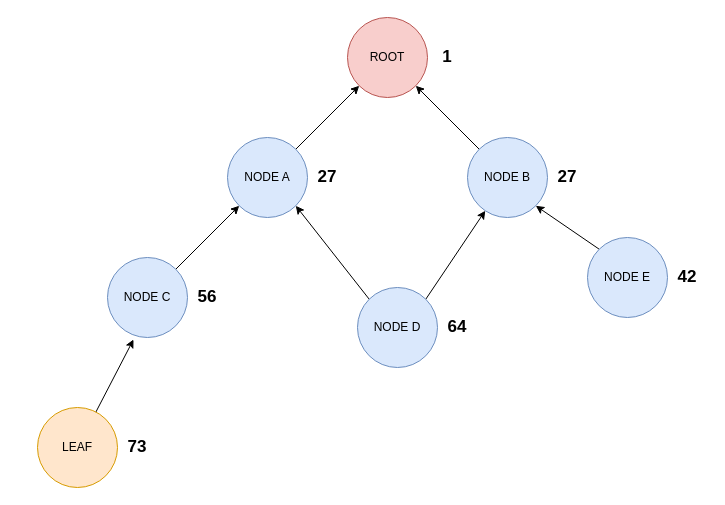
ArnaudPalgen/ma2_memoire keeps this draw.io diagram as memoire/res/pictures/src/dodag.drawio. Above is the earlier version. Source tidied: cells renumbered, new cells numbered last; positions are measured from the earlier drawing's top-left corner, leaving out a move shared by most shapes. Both pictures are drawn from the tidied source at 100%, with x=0, y=0 at pixel (37, 17).
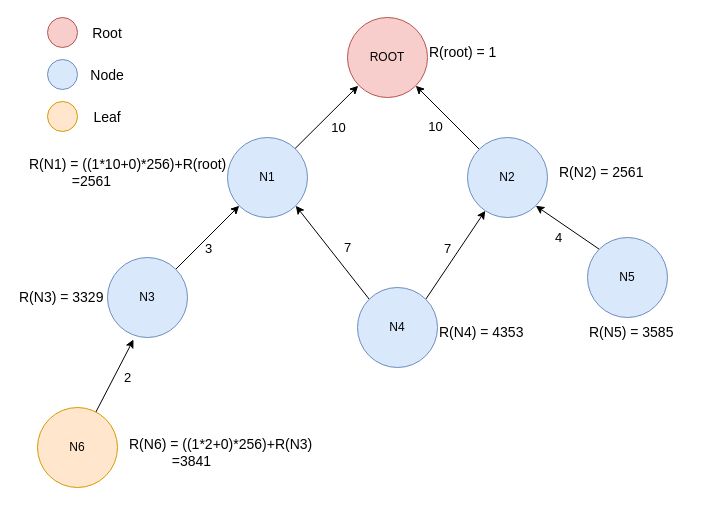
The same diagram, later.

Unchanged cells that the change refers to:
```xml
<mxCell id="2" value="ROOT" style="ellipse;whiteSpace=wrap;html=1;fillColor=#f8cecc;strokeColor=#b85450;" parent="1" vertex="1">
  <mxGeometry x="310" width="80" height="80" as="geometry" />
</mxCell>
<mxCell id="3" style="edgeStyle=none;rounded=0;jettySize=auto;html=1;exitX=1;exitY=0;exitDx=0;exitDy=0;" parent="1" edge="1" source="4" target="12">
  <mxGeometry relative="1" as="geometry" />
</mxCell>
<mxCell id="7" style="rounded=0;jettySize=auto;html=1;entryX=0.325;entryY=1.025;entryDx=0;entryDy=0;entryPerimeter=0;" parent="1" edge="1" source="8" target="4">
  <mxGeometry relative="1" as="geometry" />
</mxCell>
<mxCell id="9" style="edgeStyle=none;rounded=0;jettySize=auto;html=1;exitX=0;exitY=0;exitDx=0;exitDy=0;entryX=1;entryY=1;entryDx=0;entryDy=0;" parent="1" edge="1" source="10" target="6">
  <mxGeometry relative="1" as="geometry" />
</mxCell>
<mxCell id="13" style="edgeStyle=none;rounded=0;jettySize=auto;html=1;exitX=0;exitY=0;exitDx=0;exitDy=0;entryX=1;entryY=1;entryDx=0;entryDy=0;" parent="1" edge="1" source="15" target="12">
  <mxGeometry relative="1" as="geometry" />
</mxCell>
<mxCell id="14" style="edgeStyle=none;rounded=0;jettySize=auto;html=1;exitX=1;exitY=0;exitDx=0;exitDy=0;" parent="1" edge="1" source="15" target="6">
  <mxGeometry relative="1" as="geometry" />
</mxCell>
```

What changed in the source:
```diff
@@
+    <mxCell id="23" value="3" style="edgeLabel;html=1;align=center;verticalAlign=middle;fontSize=13;" parent="3" vertex="1">
+      <mxGeometry x="0.77" y="1" relative="1" as="geometry">
+        <mxPoint x="-23" y="35" as="offset" />
+      </mxGeometry>
+    </mxCell>
-    <mxCell id="4" value="NODE C" style="ellipse;whiteSpace=wrap;html=1;fillColor=#dae8fc;strokeColor=#6c8ebf;" parent="1" vertex="1">
+    <mxCell id="4" value="N3" style="ellipse;whiteSpace=wrap;html=1;fillColor=#dae8fc;strokeColor=#6c8ebf;" parent="1" vertex="1">
       <mxGeometry x="70" y="240" width="80" height="80" as="geometry" />
     </mxCell>
@@
-    <mxCell id="6" value="NODE B" style="ellipse;whiteSpace=wrap;html=1;fillColor=#dae8fc;strokeColor=#6c8ebf;" parent="1" vertex="1">
+    <mxCell id="6" value="N2" style="ellipse;whiteSpace=wrap;html=1;fillColor=#dae8fc;strokeColor=#6c8ebf;" parent="1" vertex="1">
       <mxGeometry x="430" y="120" width="80" height="80" as="geometry" />
     </mxCell>
@@
+    <mxCell id="24" value="2" style="edgeLabel;html=1;align=center;verticalAlign=middle;fontSize=13;" parent="7" vertex="1">
+      <mxGeometry x="0.83" relative="1" as="geometry">
+        <mxPoint x="-3" y="32" as="offset" />
+      </mxGeometry>
+    </mxCell>
-    <mxCell id="8" value="LEAF" style="ellipse;whiteSpace=wrap;html=1;fillColor=#ffe6cc;strokeColor=#d79b00;" parent="1" vertex="1">
+    <mxCell id="8" value="N6" style="ellipse;whiteSpace=wrap;html=1;fillColor=#ffe6cc;strokeColor=#d79b00;" parent="1" vertex="1">
       <mxGeometry y="390" width="80" height="80" as="geometry" />
     </mxCell>
@@
+    <mxCell id="25" value="4" style="edgeLabel;html=1;align=center;verticalAlign=middle;fontSize=13;" parent="9" vertex="1">
+      <mxGeometry x="-0.4" y="-1" relative="1" as="geometry">
+        <mxPoint x="-23" y="2" as="offset" />
+      </mxGeometry>
+    </mxCell>
-    <mxCell id="10" value="NODE E" style="ellipse;whiteSpace=wrap;html=1;fillColor=#dae8fc;strokeColor=#6c8ebf;" parent="1" vertex="1">
+    <mxCell id="10" value="N5" style="ellipse;whiteSpace=wrap;html=1;fillColor=#dae8fc;strokeColor=#6c8ebf;" parent="1" vertex="1">
       <mxGeometry x="550" y="220" width="80" height="80" as="geometry" />
     </mxCell>
-    <mxCell id="11" style="edgeStyle=none;rounded=0;jettySize=auto;html=1;exitX=1;exitY=0;exitDx=0;exitDy=0;entryX=0;entryY=1;entryDx=0;entryDy=0;" parent="1" edge="1" source="12" target="2">
-      <mxGeometry relative="1" as="geometry" />
+    <mxCell id="11" style="edgeStyle=none;rounded=0;orthogonalLoop=1;jettySize=auto;html=1;exitX=1;exitY=0;exitDx=0;exitDy=0;entryX=0;entryY=1;entryDx=0;entryDy=0;" parent="1" edge="1">
+      <mxGeometry relative="1" as="geometry">
+        <mxPoint x="257.1" y="131.5" as="sourcePoint" />
+        <mxPoint x="320.7" y="68.3" as="targetPoint" />
+      </mxGeometry>
     </mxCell>
+    <mxCell id="26" value="&lt;font style=&quot;font-size: 13px&quot;&gt;10&lt;/font&gt;" style="edgeLabel;html=1;align=center;verticalAlign=middle;" parent="11" vertex="1">
+      <mxGeometry x="0.44" y="-1" relative="1" as="geometry">
+        <mxPoint x="-3" y="23" as="offset" />
+      </mxGeometry>
+    </mxCell>
-    <mxCell id="12" value="NODE A" style="ellipse;whiteSpace=wrap;html=1;fillColor=#dae8fc;strokeColor=#6c8ebf;" parent="1" vertex="1">
+    <mxCell id="12" value="N1" style="ellipse;whiteSpace=wrap;html=1;fillColor=#dae8fc;strokeColor=#6c8ebf;" parent="1" vertex="1">
       <mxGeometry x="190" y="120" width="80" height="80" as="geometry" />
     </mxCell>
@@
+    <mxCell id="27" value="7" style="edgeLabel;html=1;align=center;verticalAlign=middle;fontSize=13;" parent="13" vertex="1">
+      <mxGeometry x="-0.34" y="1" relative="1" as="geometry">
+        <mxPoint x="3" y="-22" as="offset" />
+      </mxGeometry>
+    </mxCell>
@@
+    <mxCell id="28" value="7" style="edgeLabel;html=1;align=center;verticalAlign=middle;fontSize=13;" parent="14" vertex="1">
+      <mxGeometry x="0.15" y="1" relative="1" as="geometry">
+        <mxPoint x="-12" as="offset" />
+      </mxGeometry>
+    </mxCell>
-    <mxCell id="15" value="NODE D" style="ellipse;whiteSpace=wrap;html=1;fillColor=#dae8fc;strokeColor=#6c8ebf;" parent="1" vertex="1">
+    <mxCell id="15" value="N4" style="ellipse;whiteSpace=wrap;html=1;fillColor=#dae8fc;strokeColor=#6c8ebf;" parent="1" vertex="1">
       <mxGeometry x="320" y="270" width="80" height="80" as="geometry" />
     </mxCell>
-    <mxCell id="16" value="&lt;b&gt;&lt;font style=&quot;font-size: 17px&quot;&gt;1&lt;/font&gt;&lt;/b&gt;" style="text;html=1;strokeColor=none;fillColor=none;align=center;verticalAlign=middle;whiteSpace=wrap;rounded=0;" parent="1" vertex="1">
-      <mxGeometry x="390" y="30" width="40" height="20" as="geometry" />
-    </mxCell>
-    <mxCell id="17" value="&lt;b&gt;&lt;font style=&quot;font-size: 17px&quot;&gt;27&lt;/font&gt;&lt;/b&gt;" style="text;html=1;strokeColor=none;fillColor=none;align=center;verticalAlign=middle;whiteSpace=wrap;rounded=0;" parent="1" vertex="1">
-      <mxGeometry x="270" y="150" width="40" height="20" as="geometry" />
+    <mxCell id="17" value="&lt;div style=&quot;font-size: 14px&quot;&gt;&lt;font style=&quot;font-size: 14px&quot;&gt;R(N1) = ((1*10+0)*256)+R(root)&lt;/font&gt;&lt;/div&gt;&lt;div style=&quot;font-size: 14px&quot;&gt;&lt;font style=&quot;font-size: 14px&quot;&gt;&amp;nbsp; &amp;nbsp; &amp;nbsp; &amp;nbsp; &amp;nbsp; &amp;nbsp;=2561&lt;/font&gt;&lt;/div&gt;" style="text;html=1;strokeColor=none;fillColor=none;align=left;verticalAlign=middle;whiteSpace=wrap;rounded=0;" parent="1" vertex="1">
+      <mxGeometry x="-10" y="140" width="210" height="30" as="geometry" />
     </mxCell>
-    <mxCell id="18" value="&lt;b&gt;&lt;font style=&quot;font-size: 17px&quot;&gt;27&lt;/font&gt;&lt;/b&gt;" style="text;html=1;strokeColor=none;fillColor=none;align=center;verticalAlign=middle;whiteSpace=wrap;rounded=0;" parent="1" vertex="1">
-      <mxGeometry x="510" y="150" width="40" height="20" as="geometry" />
-    </mxCell>
-    <mxCell id="19" value="&lt;b&gt;&lt;font style=&quot;font-size: 17px&quot;&gt;56&lt;/font&gt;&lt;/b&gt;" style="text;html=1;strokeColor=none;fillColor=none;align=center;verticalAlign=middle;whiteSpace=wrap;rounded=0;" parent="1" vertex="1">
-      <mxGeometry x="150" y="270" width="40" height="20" as="geometry" />
-    </mxCell>
-    <mxCell id="20" value="&lt;b&gt;&lt;font style=&quot;font-size: 17px&quot;&gt;64&lt;/font&gt;&lt;/b&gt;" style="text;html=1;strokeColor=none;fillColor=none;align=center;verticalAlign=middle;whiteSpace=wrap;rounded=0;" parent="1" vertex="1">
-      <mxGeometry x="400" y="300" width="40" height="20" as="geometry" />
-    </mxCell>
-    <mxCell id="21" value="&lt;b&gt;&lt;font style=&quot;font-size: 17px&quot;&gt;42&lt;/font&gt;&lt;/b&gt;" style="text;html=1;strokeColor=none;fillColor=none;align=center;verticalAlign=middle;whiteSpace=wrap;rounded=0;" parent="1" vertex="1">
-      <mxGeometry x="630" y="250" width="40" height="20" as="geometry" />
-    </mxCell>
-    <mxCell id="22" value="&lt;b&gt;&lt;font style=&quot;font-size: 17px&quot;&gt;73&lt;/font&gt;&lt;/b&gt;" style="text;html=1;strokeColor=none;fillColor=none;align=center;verticalAlign=middle;whiteSpace=wrap;rounded=0;" parent="1" vertex="1">
-      <mxGeometry x="80" y="420" width="40" height="20" as="geometry" />
-    </mxCell>
+    <mxCell id="29" value="&lt;font style=&quot;font-size: 13px&quot;&gt;10&lt;/font&gt;" style="edgeLabel;html=1;align=center;verticalAlign=middle;" parent="1" vertex="1">
+      <mxGeometry x="260" y="110" as="geometry">
+        <mxPoint x="137" y="-2" as="offset" />
+      </mxGeometry>
+    </mxCell>
+    <mxCell id="30" value="&lt;div style=&quot;font-size: 14px&quot;&gt;R(N2) = 2561&lt;/div&gt;" style="text;html=1;strokeColor=none;fillColor=none;align=left;verticalAlign=middle;whiteSpace=wrap;rounded=0;" parent="1" vertex="1">
+      <mxGeometry x="520" y="140" width="90" height="30" as="geometry" />
+    </mxCell>
+    <mxCell id="31" value="&lt;div style=&quot;font-size: 14px&quot;&gt;R(N3) = 3329&lt;/div&gt;" style="text;html=1;strokeColor=none;fillColor=none;align=left;verticalAlign=middle;whiteSpace=wrap;rounded=0;" parent="1" vertex="1">
+      <mxGeometry x="-20" y="265" width="90" height="30" as="geometry" />
+    </mxCell>
+    <mxCell id="32" value="&lt;div style=&quot;font-size: 14px&quot;&gt;&lt;font style=&quot;font-size: 14px&quot;&gt;R(N6) = ((1*2+0)*256)+R(N3)&lt;/font&gt;&lt;/div&gt;&lt;div style=&quot;font-size: 14px&quot;&gt;&lt;font style=&quot;font-size: 14px&quot;&gt;&amp;nbsp; &amp;nbsp; &amp;nbsp; &amp;nbsp; &amp;nbsp; &amp;nbsp;=3841&lt;/font&gt;&lt;/div&gt;" style="text;html=1;strokeColor=none;fillColor=none;align=left;verticalAlign=middle;whiteSpace=wrap;rounded=0;" parent="1" vertex="1">
+      <mxGeometry x="90" y="420" width="210" height="30" as="geometry" />
+    </mxCell>
+    <mxCell id="33" value="&lt;div style=&quot;font-size: 14px&quot;&gt;R(N4) = 4353&lt;/div&gt;" style="text;html=1;strokeColor=none;fillColor=none;align=left;verticalAlign=middle;whiteSpace=wrap;rounded=0;" parent="1" vertex="1">
+      <mxGeometry x="400" y="300" width="90" height="30" as="geometry" />
+    </mxCell>
+    <mxCell id="34" value="&lt;div style=&quot;font-size: 14px&quot;&gt;R(N5) = 3585&lt;/div&gt;" style="text;html=1;strokeColor=none;fillColor=none;align=left;verticalAlign=middle;whiteSpace=wrap;rounded=0;" parent="1" vertex="1">
+      <mxGeometry x="550" y="300" width="90" height="30" as="geometry" />
+    </mxCell>
+    <mxCell id="35" value="&lt;div style=&quot;font-size: 14px&quot;&gt;R(root) = 1&lt;/div&gt;" style="text;html=1;strokeColor=none;fillColor=none;align=left;verticalAlign=middle;whiteSpace=wrap;rounded=0;" parent="1" vertex="1">
+      <mxGeometry x="390" y="20" width="90" height="30" as="geometry" />
+    </mxCell>
+    <mxCell id="36" style="ellipse;whiteSpace=wrap;html=1;fillColor=#f8cecc;strokeColor=#b85450;fontSize=18;fontStyle=1;" parent="1" vertex="1">
+      <mxGeometry x="10" width="30" height="30" as="geometry" />
+    </mxCell>
+    <mxCell id="37" style="ellipse;whiteSpace=wrap;html=1;fillColor=#dae8fc;strokeColor=#6c8ebf;fontSize=18;fontStyle=1;" parent="1" vertex="1">
+      <mxGeometry x="10" y="42" width="30" height="30" as="geometry" />
+    </mxCell>
+    <mxCell id="38" style="ellipse;whiteSpace=wrap;html=1;fillColor=#ffe6cc;strokeColor=#d79b00;fontSize=18;fontStyle=1;" parent="1" vertex="1">
+      <mxGeometry x="10" y="84" width="30" height="30" as="geometry" />
+    </mxCell>
+    <mxCell id="39" value="&lt;font style=&quot;font-size: 14px&quot;&gt;Root&lt;/font&gt;" style="text;html=1;strokeColor=none;fillColor=none;align=center;verticalAlign=middle;whiteSpace=wrap;rounded=0;fontSize=18;" parent="1" vertex="1">
+      <mxGeometry x="50" y="5" width="40" height="20" as="geometry" />
+    </mxCell>
+    <mxCell id="40" value="&lt;font style=&quot;font-size: 14px&quot;&gt;Node&lt;/font&gt;" style="text;html=1;strokeColor=none;fillColor=none;align=center;verticalAlign=middle;whiteSpace=wrap;rounded=0;fontSize=18;" parent="1" vertex="1">
+      <mxGeometry x="50" y="47" width="40" height="20" as="geometry" />
+    </mxCell>
+    <mxCell id="41" value="&lt;font style=&quot;font-size: 14px&quot;&gt;Leaf&lt;/font&gt;" style="text;html=1;strokeColor=none;fillColor=none;align=center;verticalAlign=middle;whiteSpace=wrap;rounded=0;fontSize=18;" parent="1" vertex="1">
+      <mxGeometry x="50" y="89" width="40" height="20" as="geometry" />
+    </mxCell>
```
